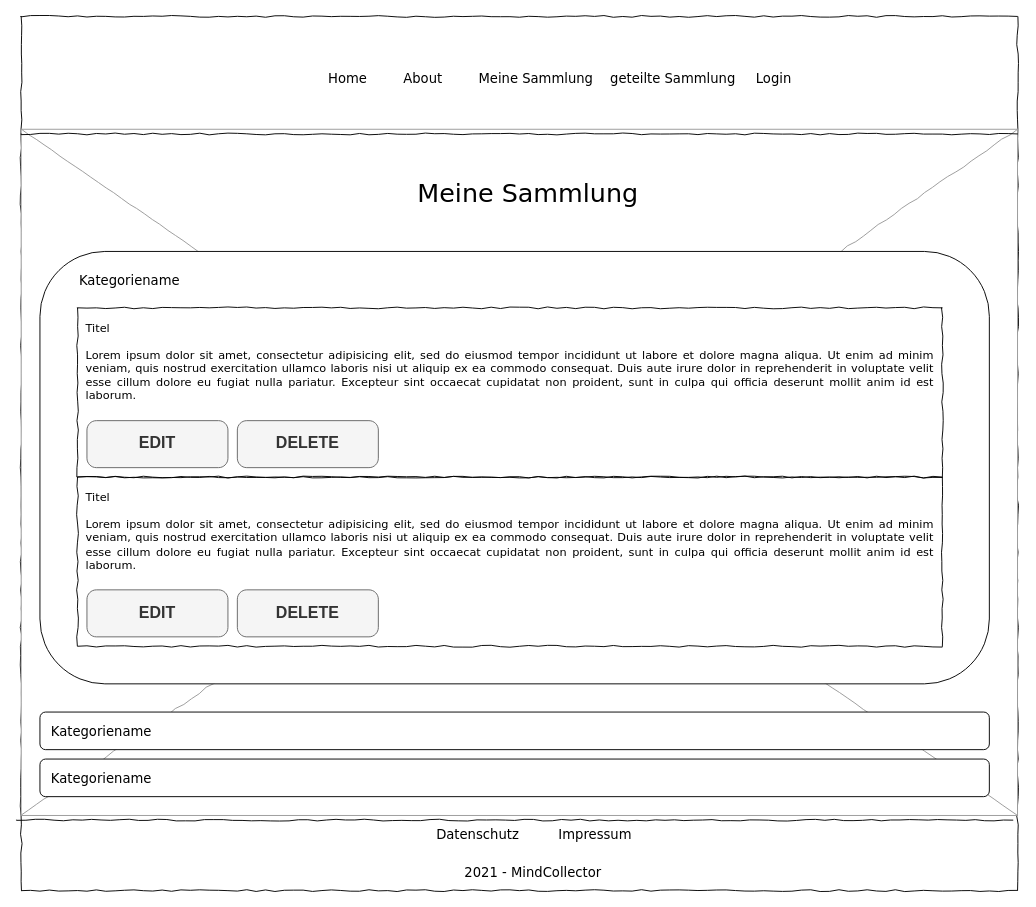
Earlier version of the draw.io diagram page "meine sammlung" (1 of 9) of Mockup/mockups.drawio (MindCollector-Softwareprojekt2021/MindCollector). Source tidied: cells renumbered, new cells numbered last; positions are measured from the earlier drawing's top-left corner, leaving out a move shared by most shapes. Both pictures are drawn from the tidied source at 94%, with x=0, y=0 at pixel (16, 16).
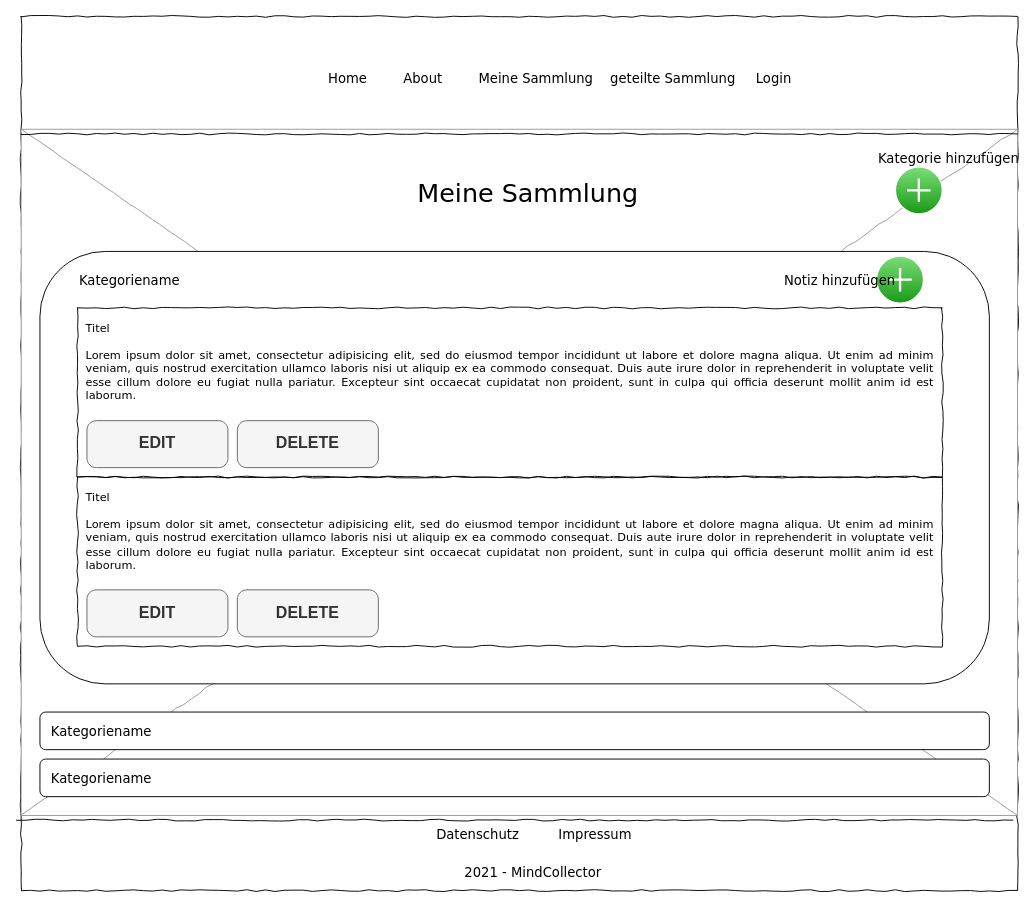
After the change.

What changed in the source:
```diff
@@
+    <mxCell id="27" style="verticalLabelPosition=bottom;verticalAlign=top;html=1;shadow=0;dashed=0;strokeWidth=1;shape=mxgraph.ios.iAddIcon;fillColor=#7AdF78;fillColor2=#1A9917;strokeColor=#ffffff;" parent="1" vertex="1">
+      <mxGeometry x="935" y="160" width="50" height="50" as="geometry" />
+    </mxCell>
+    <mxCell id="28" value="Kategorie hinzufügen" style="text;html=1;align=left;verticalAlign=top;spacingTop=-4;fontSize=14;fontFamily=Verdana;" parent="1" vertex="1">
+      <mxGeometry x="915" y="140" width="90" height="20" as="geometry" />
+    </mxCell>
+    <mxCell id="29" style="verticalLabelPosition=bottom;verticalAlign=top;html=1;shadow=0;dashed=0;strokeWidth=1;shape=mxgraph.ios.iAddIcon;fillColor=#7AdF78;fillColor2=#1A9917;strokeColor=#ffffff;" parent="1" vertex="1">
+      <mxGeometry x="915" y="255" width="50" height="50" as="geometry" />
+    </mxCell>
+    <mxCell id="30" value="Notiz hinzufügen" style="text;html=1;align=left;verticalAlign=top;spacingTop=-4;fontSize=14;fontFamily=Verdana;" parent="1" vertex="1">
+      <mxGeometry x="815" y="270" width="90" height="20" as="geometry" />
+    </mxCell>
```
